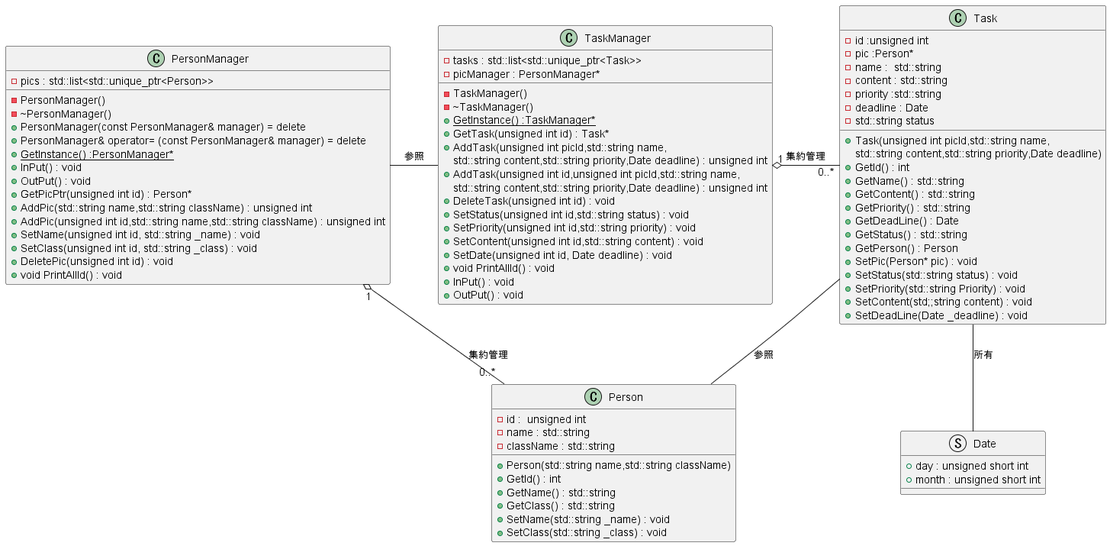
maple-c-blossom/PG3 keeps this PlantUML diagram as uml/class.png. Above is the earlier version.
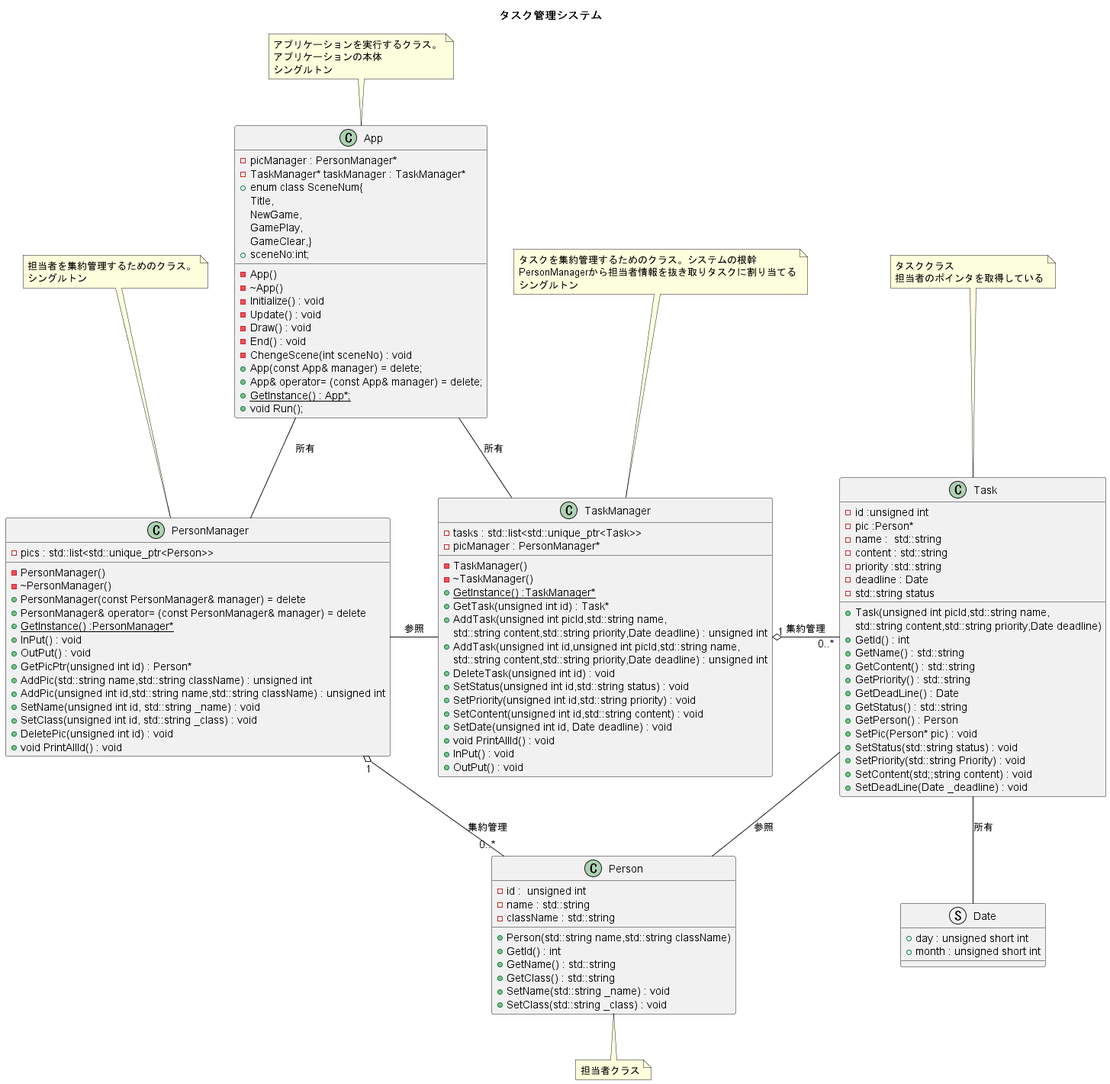
Above is the later version.

The edit, as a diff of the source:
```diff
@@ -1,4 +1,51 @@
 @startuml
+title タスク管理システム
+note top of TaskManager
+タスクを集約管理するためのクラス。システムの根幹
+PersonManagerから担当者情報を抜き取りタスクに割り当てる
+シングルトン
+end note
+note top of PersonManager
+担当者を集約管理するためのクラス。
+シングルトン
+end note
+note top of Task
+タスククラス
+担当者のポインタを取得している
+end note
+note bottom of Person
+担当者クラス
+end note
+
+note top of App
+アプリケーションを実行するクラス。
+アプリケーションの本体
+シングルトン
+end note
+
+
+class App{
+	- App()
+	- ~App()
+	- Initialize() : void
+	- Update() : void
+	- Draw() : void
+	- End() : void
+	- ChengeScene(int sceneNo) : void
+	- picManager : PersonManager*
+	- TaskManager* taskManager : TaskManager*
+	+ enum class SceneNum{
+		Title,
+		NewGame,
+		GamePlay,
+		GameClear,}
+	+ App(const App& manager) = delete;
+	+ App& operator= (const App& manager) = delete;
+	+ {static} GetInstance() : App*;
+	+ sceneNo:int;
+	+ void Run();
+}
+
 class Person {
     - id :  unsigned int
     - name : std::string
@@ -78,7 +125,8 @@
     + InPut() : void
     + OutPut() : void
 }
-
+App - TaskManager : 所有
+App -- PersonManager :　所有
 PersonManager "1" o- "0..*"Person :集約管理
 TaskManager "1" o- "0..*"Task:集約管理
 PersonManager - TaskManager:参照
```
